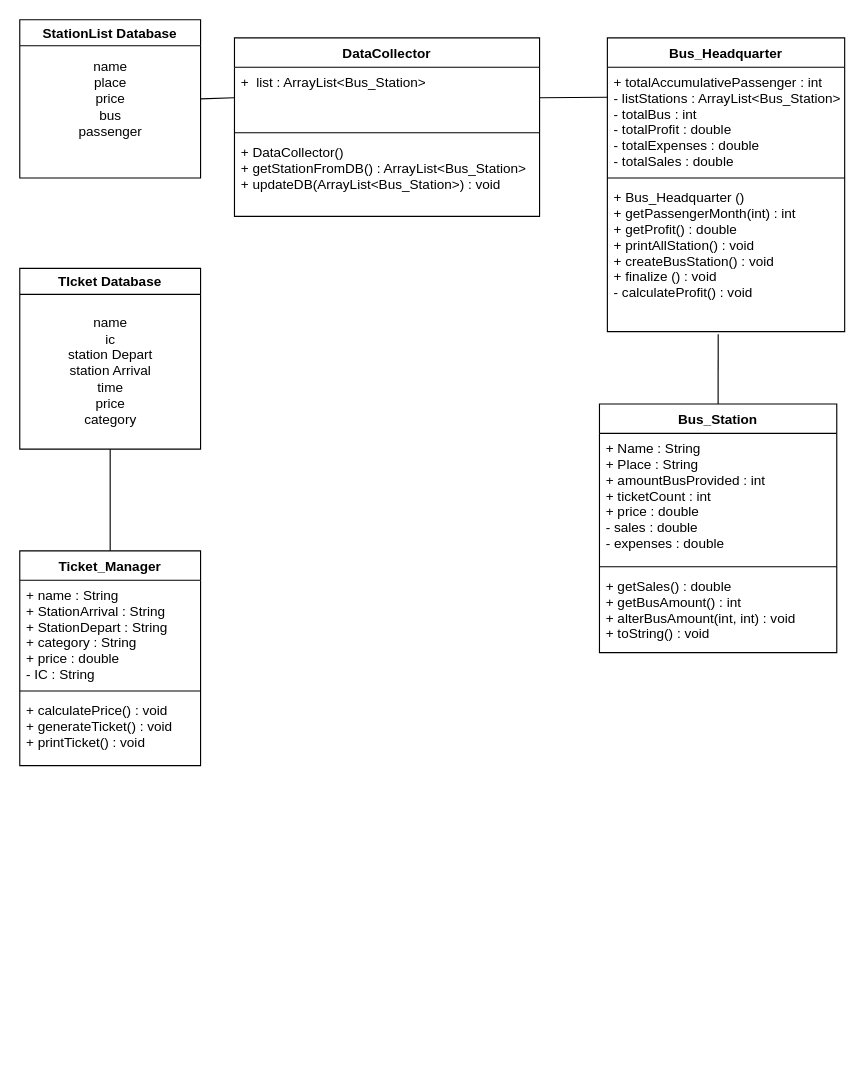
amirul123akmal/CSC186-Java-Group-Project keeps this draw.io diagram as Project.drawio. Above is the earlier version. Source tidied: cells renumbered, new cells numbered last; positions are measured from the earlier drawing's top-left corner, leaving out a move shared by most shapes. Both pictures are drawn from the tidied source at 113%, with x=0, y=0 at pixel (19, 19).
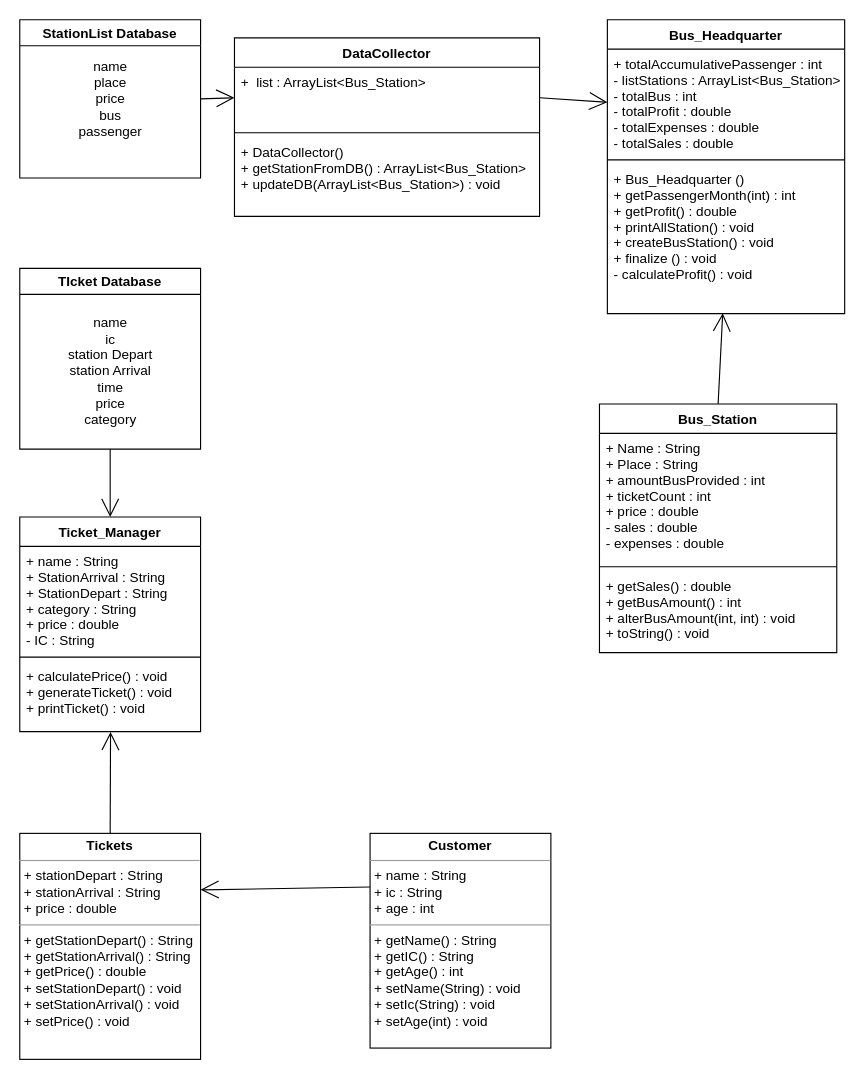
Above is the later version.

The change refers to these unchanged cells:
```xml
<mxCell id="2" value="Bus_Station" style="swimlane;fontStyle=1;align=center;verticalAlign=top;horizontal=1;startSize=26;" parent="1" vertex="1">
  <mxGeometry x="513" y="340" width="210" height="220" as="geometry" />
</mxCell>
<mxCell id="7" value="+ totalAccumulativePassenger : int&#10;- listStations : ArrayList&lt;Bus_Station&gt;&#10;- totalBus : int&#10;- totalProfit : double&#10;- totalExpenses : double&#10;- totalSales : double" style="text;strokeColor=none;fillColor=none;align=left;verticalAlign=top;spacingLeft=4;spacingRight=4;overflow=hidden;points=[[0,0.5],[1,0.5]];portConstraint=eastwest;" parent="6" vertex="1">
  <mxGeometry y="26" width="210" height="94" as="geometry" />
</mxCell>
<mxCell id="9" value="+ Bus_Headquarter ()&#10;+ getPassengerMonth(int) : int&#10;+ getProfit() : double&#10;+ printAllStation() : void&#10;+ createBusStation() : void&#10;+ finalize () : void&#10;- calculateProfit() : void" style="text;strokeColor=none;fillColor=none;align=left;verticalAlign=top;spacingLeft=4;spacingRight=4;overflow=hidden;points=[[0,0.5],[1,0.5]];portConstraint=eastwest;" parent="6" vertex="1">
  <mxGeometry y="128" width="210" height="132" as="geometry" />
</mxCell>
<mxCell id="13" value="+ calculatePrice() : void&#10;+ generateTicket() : void&#10;+ printTicket() : void" style="text;strokeColor=none;fillColor=none;align=left;verticalAlign=top;spacingLeft=4;spacingRight=4;overflow=hidden;points=[[0,0.5],[1,0.5]];portConstraint=eastwest;" parent="10" vertex="1">
  <mxGeometry y="128" width="160" height="62" as="geometry" />
</mxCell>
<mxCell id="15" value="+  list : ArrayList&lt;Bus_Station&gt;" style="text;strokeColor=none;fillColor=none;align=left;verticalAlign=top;spacingLeft=4;spacingRight=4;overflow=hidden;points=[[0,0.5],[1,0.5]];portConstraint=eastwest;hachureGap=4;" parent="14" vertex="1">
  <mxGeometry y="26" width="270" height="54" as="geometry" />
</mxCell>
<mxCell id="18" value="StationList Database" style="swimlane;hachureGap=4;" parent="1" vertex="1">
  <mxGeometry width="160" height="140" as="geometry" />
</mxCell>
<mxCell id="23" value="TIcket Database" style="swimlane;hachureGap=4;" parent="1" vertex="1">
  <mxGeometry y="220" width="160" height="160" as="geometry" />
</mxCell>
```

The edit, as a diff of the source:
```diff
@@
+    <mxCell id="21" style="edgeStyle=none;curved=1;rounded=0;jettySize=auto;html=1;entryX=0.486;entryY=0.998;entryDx=0;entryDy=0;entryPerimeter=0;endArrow=open;startSize=14;endSize=14;sourcePerimeterSpacing=8;targetPerimeterSpacing=8;exitX=0.5;exitY=0;exitDx=0;exitDy=0;" parent="1" edge="1" source="2" target="9">
+      <mxGeometry relative="1" as="geometry" />
+    </mxCell>
@@
     <mxCell id="6" value="Bus_Headquarter" style="swimlane;fontStyle=1;align=center;verticalAlign=top;horizontal=1;startSize=26;" parent="1" vertex="1">
-      <mxGeometry x="520" y="16" width="210" height="260" as="geometry" />
+      <mxGeometry x="520" width="210" height="260" as="geometry" />
     </mxCell>
@@
     <mxCell id="10" value="Ticket_Manager" style="swimlane;fontStyle=1;align=center;verticalAlign=top;horizontal=1;startSize=26;" parent="1" vertex="1">
-      <mxGeometry y="470" width="160" height="190" as="geometry" />
+      <mxGeometry y="440" width="160" height="190" as="geometry" />
     </mxCell>
@@
+    <mxCell id="20" style="edgeStyle=none;curved=1;rounded=0;jettySize=auto;html=1;entryX=0;entryY=0.5;entryDx=0;entryDy=0;endArrow=open;startSize=14;endSize=14;sourcePerimeterSpacing=8;targetPerimeterSpacing=8;exitX=1;exitY=0.5;exitDx=0;exitDy=0;" parent="1" edge="1" source="18" target="15">
+      <mxGeometry relative="1" as="geometry" />
+    </mxCell>
@@
-    <mxCell id="20" style="endArrow=none;html=1;rounded=0;startSize=14;endSize=14;sourcePerimeterSpacing=8;targetPerimeterSpacing=8;curved=1;exitX=1;exitY=0.5;exitDx=0;exitDy=0;entryX=0;entryY=0.5;entryDx=0;entryDy=0;" parent="1" edge="1" source="18" target="15">
-      <mxGeometry relative="1" as="geometry" />
-    </mxCell>
-    <mxCell id="21" style="endArrow=none;html=1;rounded=0;startSize=14;endSize=14;sourcePerimeterSpacing=8;targetPerimeterSpacing=8;curved=1;entryX=0.467;entryY=1.017;entryDx=0;entryDy=0;exitX=0.5;exitY=0;exitDx=0;exitDy=0;entryPerimeter=0;" parent="1" edge="1" source="2" target="9">
-      <mxGeometry relative="1" as="geometry" />
-    </mxCell>
-    <mxCell id="22" style="endArrow=none;html=1;rounded=0;startSize=14;endSize=14;sourcePerimeterSpacing=8;targetPerimeterSpacing=8;curved=1;entryX=1;entryY=0.5;entryDx=0;entryDy=0;exitX=0.002;exitY=0.283;exitDx=0;exitDy=0;exitPerimeter=0;" parent="1" edge="1" source="7" target="15">
-      <mxGeometry relative="1" as="geometry" />
-    </mxCell>
+    <mxCell id="25" style="edgeStyle=none;curved=1;rounded=0;jettySize=auto;html=1;entryX=0.5;entryY=0;entryDx=0;entryDy=0;endArrow=open;startSize=14;endSize=14;sourcePerimeterSpacing=8;targetPerimeterSpacing=8;exitX=0.5;exitY=1;exitDx=0;exitDy=0;" parent="1" edge="1" source="23" target="10">
+      <mxGeometry relative="1" as="geometry" />
+    </mxCell>
@@
-    <mxCell id="25" style="endArrow=none;html=1;rounded=0;startSize=14;endSize=14;sourcePerimeterSpacing=8;targetPerimeterSpacing=8;curved=1;entryX=0.5;entryY=0;entryDx=0;entryDy=0;exitX=0.5;exitY=1;exitDx=0;exitDy=0;" parent="1" edge="1" source="23" target="10">
-      <mxGeometry relative="1" as="geometry" />
-    </mxCell>
+    <mxCell id="26" style="edgeStyle=none;curved=1;rounded=0;jettySize=auto;html=1;entryX=1;entryY=0.25;entryDx=0;entryDy=0;endArrow=open;startSize=14;endSize=14;sourcePerimeterSpacing=8;targetPerimeterSpacing=8;exitX=0;exitY=0.25;exitDx=0;exitDy=0;" parent="1" edge="1" source="27" target="29">
+      <mxGeometry relative="1" as="geometry" />
+    </mxCell>
+    <mxCell id="27" value="&lt;p style=&quot;margin:0px;margin-top:4px;text-align:center;&quot;&gt;&lt;b&gt;Customer&lt;/b&gt;&lt;/p&gt;&lt;hr size=&quot;1&quot;&gt;&lt;p style=&quot;margin:0px;margin-left:4px;&quot;&gt;+ name : String&lt;/p&gt;&lt;p style=&quot;margin:0px;margin-left:4px;&quot;&gt;+ ic : String&lt;/p&gt;&lt;p style=&quot;margin:0px;margin-left:4px;&quot;&gt;+ age : int&lt;/p&gt;&lt;hr size=&quot;1&quot;&gt;&lt;p style=&quot;margin:0px;margin-left:4px;&quot;&gt;+ getName() : String&lt;/p&gt;&lt;p style=&quot;margin:0px;margin-left:4px;&quot;&gt;+ getIC() : String&lt;/p&gt;&lt;p style=&quot;margin:0px;margin-left:4px;&quot;&gt;+ getAge() : int&lt;/p&gt;&lt;p style=&quot;margin:0px;margin-left:4px;&quot;&gt;+ setName(String) : void&lt;/p&gt;&lt;p style=&quot;margin:0px;margin-left:4px;&quot;&gt;+ setIc(String) : void&lt;br&gt;&lt;/p&gt;&lt;p style=&quot;margin:0px;margin-left:4px;&quot;&gt;+ setAge(int) : void&lt;br&gt;&lt;/p&gt;" style="verticalAlign=top;align=left;overflow=fill;fontSize=12;fontFamily=Helvetica;html=1;hachureGap=4;" parent="1" vertex="1">
+      <mxGeometry x="310" y="720" width="160" height="190" as="geometry" />
+    </mxCell>
+    <mxCell id="28" style="edgeStyle=none;curved=1;rounded=0;jettySize=auto;html=1;entryX=0.502;entryY=1.003;entryDx=0;entryDy=0;entryPerimeter=0;endArrow=open;startSize=14;endSize=14;sourcePerimeterSpacing=8;targetPerimeterSpacing=8;exitX=0.5;exitY=0;exitDx=0;exitDy=0;" parent="1" edge="1" source="29" target="13">
+      <mxGeometry relative="1" as="geometry" />
+    </mxCell>
+    <mxCell id="29" value="&lt;p style=&quot;margin:0px;margin-top:4px;text-align:center;&quot;&gt;&lt;b&gt;Tickets&lt;/b&gt;&lt;/p&gt;&lt;hr size=&quot;1&quot;&gt;&lt;p style=&quot;margin:0px;margin-left:4px;&quot;&gt;+ stationDepart : String&lt;/p&gt;&lt;p style=&quot;margin:0px;margin-left:4px;&quot;&gt;+ stationArrival : String&lt;/p&gt;&lt;p style=&quot;margin:0px;margin-left:4px;&quot;&gt;+ price : double&lt;/p&gt;&lt;hr size=&quot;1&quot;&gt;&lt;p style=&quot;margin:0px;margin-left:4px;&quot;&gt;+ getStationDepart() : String&lt;/p&gt;&lt;p style=&quot;margin:0px;margin-left:4px;&quot;&gt;+ getStationArrival() : String&lt;/p&gt;&lt;p style=&quot;margin:0px;margin-left:4px;&quot;&gt;+ getPrice() : double&lt;/p&gt;&lt;p style=&quot;margin:0px;margin-left:4px;&quot;&gt;+ setStationDepart() : void&lt;/p&gt;&lt;p style=&quot;margin:0px;margin-left:4px;&quot;&gt;+ setStationArrival() : void&amp;nbsp;&amp;nbsp;&lt;/p&gt;&lt;p style=&quot;margin:0px;margin-left:4px;&quot;&gt;+ setPrice() : void&lt;/p&gt;" style="verticalAlign=top;align=left;overflow=fill;fontSize=12;fontFamily=Helvetica;html=1;hachureGap=4;" parent="1" vertex="1">
+      <mxGeometry y="720" width="160" height="200" as="geometry" />
+    </mxCell>
+    <mxCell id="30" style="edgeStyle=none;curved=1;rounded=0;jettySize=auto;html=1;entryX=0;entryY=0.5;entryDx=0;entryDy=0;endArrow=open;startSize=14;endSize=14;sourcePerimeterSpacing=8;targetPerimeterSpacing=8;exitX=1;exitY=0.5;exitDx=0;exitDy=0;" parent="1" edge="1" source="15" target="7">
+      <mxGeometry relative="1" as="geometry" />
+    </mxCell>
```
